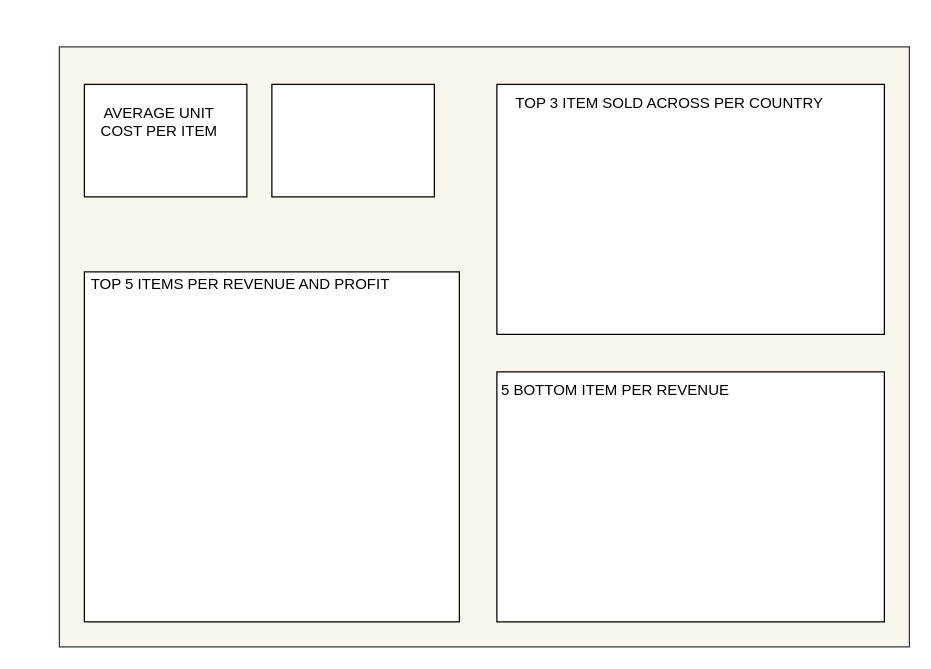
Earlier version of the draw.io diagram page "Performance by Item" (4 of 5) of Untitled Diagram.drawio (Bumzeal/SALES-PERFORMANCE-ANALYSIS). Source tidied: cells renumbered, new cells numbered last; positions are measured from the earlier drawing's top-left corner, leaving out a move shared by most shapes. Both pictures are drawn from the tidied source at 125%, with x=0, y=0 at pixel (59, 46).
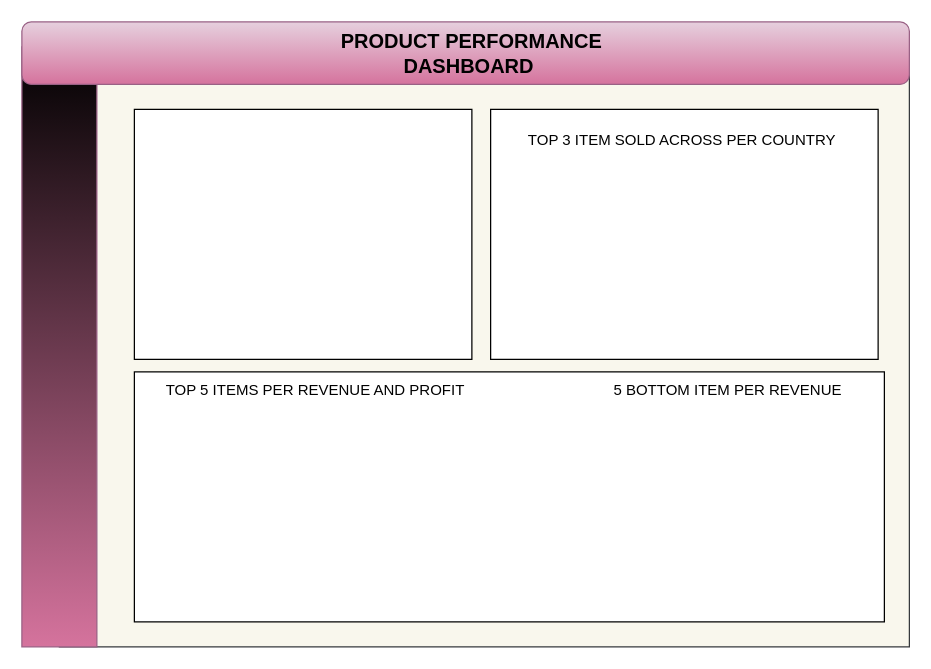
The same diagram, later.

What changed in the source:
```diff
@@
 <mxGraphModel>
   <root>
     <mxCell id="0" />
     <mxCell id="1" parent="0" />
     <mxCell id="2" style="rounded=0;whiteSpace=wrap;html=1;fillColor=#f9f7ed;strokeColor=#36393d;" parent="1" vertex="1">
       <mxGeometry width="680" height="480" as="geometry" />
     </mxCell>
-    <mxCell id="3" style="rounded=0;whiteSpace=wrap;html=1;" parent="1" vertex="1">
-      <mxGeometry x="20" y="30" width="130" height="90" as="geometry" />
-    </mxCell>
     <mxCell id="4" style="rounded=0;whiteSpace=wrap;html=1;" parent="1" vertex="1">
-      <mxGeometry x="20" y="180" width="300" height="280" as="geometry" />
+      <mxGeometry x="60" y="260" width="600" height="200" as="geometry" />
     </mxCell>
     <mxCell id="5" style="rounded=0;whiteSpace=wrap;html=1;" parent="1" vertex="1">
-      <mxGeometry x="350" y="260" width="310" height="200" as="geometry" />
+      <mxGeometry x="60" y="50" width="270" height="200" as="geometry" />
     </mxCell>
     <mxCell id="6" value="TOP 5 ITEMS PER REVENUE AND PROFIT" style="text;html=1;strokeColor=none;fillColor=none;align=center;verticalAlign=middle;whiteSpace=wrap;rounded=0;" parent="1" vertex="1">
-      <mxGeometry y="180" width="290" height="20" as="geometry" />
+      <mxGeometry x="60" y="265" width="290" height="20" as="geometry" />
     </mxCell>
     <mxCell id="7" style="rounded=0;whiteSpace=wrap;html=1;" parent="1" vertex="1">
-      <mxGeometry x="350" y="30" width="310" height="200" as="geometry" />
+      <mxGeometry x="345" y="50" width="310" height="200" as="geometry" />
     </mxCell>
     <mxCell id="8" value="5 BOTTOM ITEM PER REVENUE" style="text;html=1;strokeColor=none;fillColor=none;align=center;verticalAlign=middle;whiteSpace=wrap;rounded=0;" parent="1" vertex="1">
-      <mxGeometry x="320" y="260" width="250" height="30" as="geometry" />
+      <mxGeometry x="410" y="260" width="250" height="30" as="geometry" />
     </mxCell>
-    <mxCell id="9" value="AVERAGE UNIT COST PER ITEM" style="text;html=1;strokeColor=none;fillColor=none;align=center;verticalAlign=middle;whiteSpace=wrap;rounded=0;" parent="1" vertex="1">
-      <mxGeometry x="20" y="30" width="120" height="60" as="geometry" />
-    </mxCell>
     <mxCell id="10" value="TOP 3 ITEM SOLD ACROSS PER COUNTRY&amp;nbsp;" style="text;html=1;strokeColor=none;fillColor=none;align=center;verticalAlign=middle;whiteSpace=wrap;rounded=0;" parent="1" vertex="1">
-      <mxGeometry x="350" y="20" width="280" height="50" as="geometry" />
+      <mxGeometry x="360" y="50" width="280" height="50" as="geometry" />
     </mxCell>
-    <mxCell id="11" style="rounded=0;whiteSpace=wrap;html=1;" parent="1" vertex="1">
-      <mxGeometry x="170" y="30" width="130" height="90" as="geometry" />
-    </mxCell>
+    <mxCell id="12" style="rounded=0;whiteSpace=wrap;html=1;fillColor=#000000;gradientColor=#d5739d;strokeColor=#996185;" parent="1" vertex="1">
+      <mxGeometry x="-30" width="60" height="480" as="geometry" />
+    </mxCell>
+    <mxCell id="13" style="rounded=1;whiteSpace=wrap;html=1;fillColor=#e6d0de;strokeColor=#996185;gradientColor=#d5739d;" parent="1" vertex="1">
+      <mxGeometry x="-30" y="-20" width="710" height="50" as="geometry" />
+    </mxCell>
+    <mxCell id="14" value="&lt;font style=&quot;font-size: 16px;&quot;&gt;&lt;b&gt;PRODUCT PERFORMANCE DASHBOARD&amp;nbsp;&lt;/b&gt;&lt;/font&gt;" style="text;html=1;strokeColor=none;fillColor=none;align=center;verticalAlign=middle;whiteSpace=wrap;rounded=0;" parent="1" vertex="1">
+      <mxGeometry x="200" y="-10" width="260" height="30" as="geometry" />
+    </mxCell>
   </root>
 </mxGraphModel>
```
